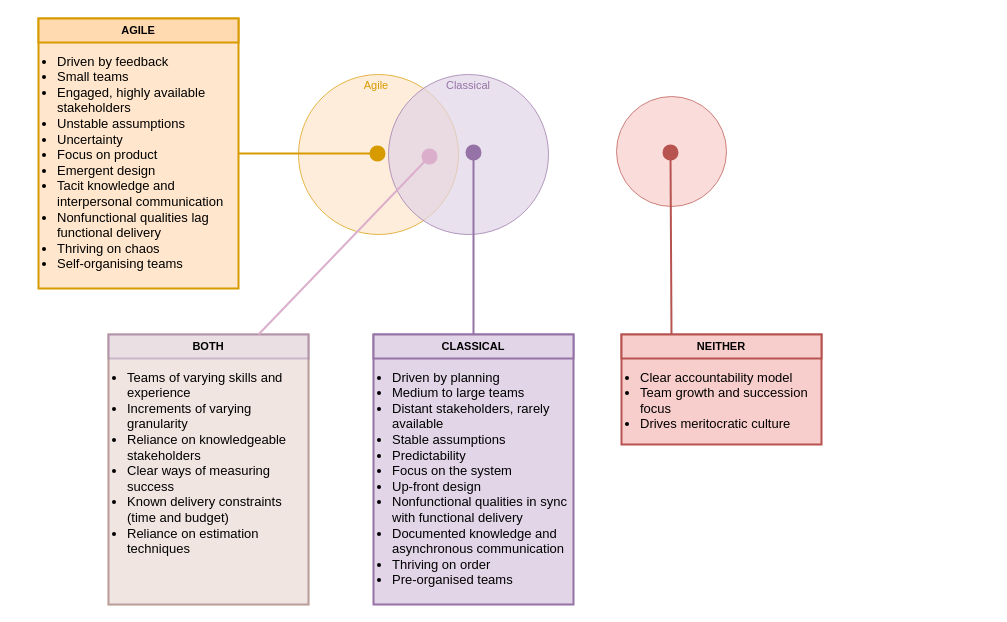
Above: page "agile-classical-venn" (12 of 13) of assets/diagrams.drawio in ekoutanov/CONTROL (draw.io), before the change. Source tidied: cells renumbered, new cells numbered last; positions are measured from the earlier drawing's top-left corner, leaving out a move shared by most shapes. Both pictures are drawn from the tidied source at 100%, with x=0, y=0 at pixel (38, 18).
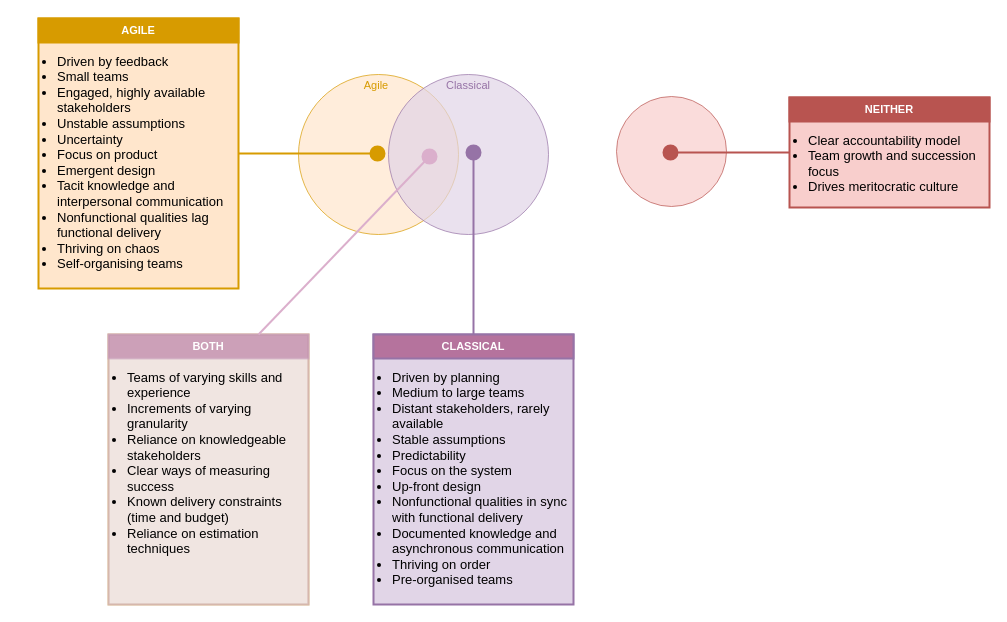
The same page after the edit.

Change to the diagram source:
```diff
@@
-    <mxCell id="6" value="&lt;b&gt;AGILE&lt;/b&gt;" style="rounded=0;whiteSpace=wrap;html=1;fontFamily=Helvetica;fontSize=11;labelBackgroundColor=none;fillColor=#FFDAB0;strokeColor=#d79b00;strokeWidth=2;" parent="1" vertex="1">
+    <mxCell id="6" value="&lt;b&gt;AGILE&lt;/b&gt;" style="rounded=0;whiteSpace=wrap;html=1;fontFamily=Helvetica;fontSize=11;labelBackgroundColor=none;fillColor=#D79B00;strokeColor=#d79b00;strokeWidth=2;fontColor=#FFFFFF;" parent="1" vertex="1">
       <mxGeometry width="200" height="24" as="geometry" />
     </mxCell>
@@
-    <mxCell id="9" value="&lt;b&gt;CLASSICAL&lt;/b&gt;" style="rounded=0;whiteSpace=wrap;html=1;fontFamily=Helvetica;fontSize=11;labelBackgroundColor=none;fillColor=#e1d5e7;strokeColor=#9673a6;strokeWidth=2;" parent="1" vertex="1">
+    <mxCell id="9" value="&lt;b&gt;CLASSICAL&lt;/b&gt;" style="rounded=0;whiteSpace=wrap;html=1;fontFamily=Helvetica;fontSize=11;labelBackgroundColor=none;fillColor=#B5739D;strokeColor=#9673a6;strokeWidth=2;fontColor=#FFFFFF;" parent="1" vertex="1">
       <mxGeometry x="335" y="316" width="200" height="24" as="geometry" />
     </mxCell>
@@
-    <mxCell id="12" value="&lt;div style=&quot;&quot;&gt;&lt;div&gt;&lt;div&gt;&lt;br&gt;&lt;/div&gt;&lt;ul&gt;&lt;li&gt;Teams of varying skills and experience&amp;nbsp;&lt;/li&gt;&lt;li&gt;Increments of varying granularity&lt;/li&gt;&lt;li&gt;Reliance on knowledgeable stakeholders&lt;/li&gt;&lt;li&gt;Clear ways of measuring success&lt;/li&gt;&lt;li&gt;Known delivery constraints (time and budget)&lt;/li&gt;&lt;li&gt;Reliance on estimation techniques&lt;/li&gt;&lt;/ul&gt;&lt;/div&gt;&lt;/div&gt;" style="shape=note;whiteSpace=wrap;html=1;backgroundOutline=1;darkOpacity=0.05;fontFamily=Helvetica;fontSize=13;labelBackgroundColor=none;size=0;align=left;spacingRight=0;spacingLeft=-23;verticalAlign=top;strokeWidth=2;fillColor=#e1d5e7;strokeColor=#9673a6;opacity=50;" parent="1" vertex="1">
+    <mxCell id="12" value="&lt;div style=&quot;&quot;&gt;&lt;div&gt;&lt;div&gt;&lt;br&gt;&lt;/div&gt;&lt;ul&gt;&lt;li&gt;Teams of varying skills and experience&amp;nbsp;&lt;/li&gt;&lt;li&gt;Increments of varying granularity&lt;/li&gt;&lt;li&gt;Reliance on knowledgeable stakeholders&lt;/li&gt;&lt;li&gt;Clear ways of measuring success&lt;/li&gt;&lt;li&gt;Known delivery constraints (time and budget)&lt;/li&gt;&lt;li&gt;Reliance on estimation techniques&lt;/li&gt;&lt;/ul&gt;&lt;/div&gt;&lt;/div&gt;" style="shape=note;whiteSpace=wrap;html=1;backgroundOutline=1;darkOpacity=0.05;fontFamily=Helvetica;fontSize=13;labelBackgroundColor=none;size=0;align=left;spacingRight=0;spacingLeft=-23;verticalAlign=top;strokeWidth=2;fillColor=#e1d5e7;strokeColor=#CCA3BE;opacity=50;" parent="1" vertex="1">
       <mxGeometry x="70" y="316" width="200" height="270" as="geometry" />
     </mxCell>
-    <mxCell id="13" value="&lt;b&gt;BOTH&lt;/b&gt;" style="rounded=0;whiteSpace=wrap;html=1;fontFamily=Helvetica;fontSize=11;labelBackgroundColor=none;fillColor=#e1d5e7;strokeColor=#9673a6;strokeWidth=2;opacity=40;" parent="1" vertex="1">
+    <mxCell id="13" value="&lt;b&gt;BOTH&lt;/b&gt;" style="rounded=0;whiteSpace=wrap;html=1;fontFamily=Helvetica;fontSize=11;labelBackgroundColor=none;fillColor=#B5739D;strokeColor=#CCA3BE;strokeWidth=2;opacity=60;fontColor=#FFFFFF;" parent="1" vertex="1">
       <mxGeometry x="70" y="316" width="200" height="24" as="geometry" />
     </mxCell>
     <mxCell id="14" value="&lt;div style=&quot;font-size: 13px;&quot;&gt;&lt;br&gt;&lt;/div&gt;&lt;div style=&quot;&quot;&gt;&lt;ul&gt;&lt;li&gt;Clear accountability model&amp;nbsp;&lt;/li&gt;&lt;li&gt;Team growth and succession focus&lt;br&gt;&lt;/li&gt;&lt;li&gt;Drives meritocratic culture&lt;/li&gt;&lt;/ul&gt;&lt;/div&gt;" style="shape=note;whiteSpace=wrap;html=1;backgroundOutline=1;darkOpacity=0.05;fontFamily=Helvetica;fontSize=13;labelBackgroundColor=none;size=0;align=left;spacingRight=0;spacingLeft=-23;verticalAlign=top;strokeWidth=2;fillColor=#f8cecc;strokeColor=#b85450;" parent="1" vertex="1">
-      <mxGeometry x="583" y="316" width="200" height="110" as="geometry" />
+      <mxGeometry x="751" y="79" width="200" height="110" as="geometry" />
     </mxCell>
-    <mxCell id="15" value="&lt;b&gt;NEITHER&lt;/b&gt;" style="rounded=0;whiteSpace=wrap;html=1;fontFamily=Helvetica;fontSize=11;labelBackgroundColor=none;fillColor=#f8cecc;strokeColor=#b85450;strokeWidth=2;" parent="1" vertex="1">
-      <mxGeometry x="583" y="316" width="200" height="24" as="geometry" />
+    <mxCell id="15" value="&lt;b&gt;NEITHER&lt;/b&gt;" style="rounded=0;whiteSpace=wrap;html=1;fontFamily=Helvetica;fontSize=11;labelBackgroundColor=none;fillColor=#B85450;strokeColor=#b85450;strokeWidth=2;fontColor=#FFFFFF;" parent="1" vertex="1">
+      <mxGeometry x="751" y="79" width="200" height="24" as="geometry" />
     </mxCell>
-    <mxCell id="16" style="endArrow=oval;html=1;rounded=0;strokeColor=#B85450;align=center;verticalAlign=middle;fontFamily=Helvetica;fontSize=11;fontColor=default;labelBackgroundColor=default;exitX=0.25;exitY=0;exitDx=0;exitDy=0;endFill=1;endSize=14;strokeWidth=2;" parent="1" edge="1" source="15">
+    <mxCell id="16" style="endArrow=oval;html=1;rounded=0;strokeColor=#B85450;align=center;verticalAlign=middle;fontFamily=Helvetica;fontSize=11;fontColor=default;labelBackgroundColor=default;exitX=0;exitY=0.5;exitDx=0;exitDy=0;endFill=1;endSize=14;strokeWidth=2;exitPerimeter=0;" parent="1" edge="1" source="14">
       <mxGeometry relative="1" as="geometry">
         <mxPoint x="632" y="134" as="targetPoint" />
       </mxGeometry>
     </mxCell>
```
